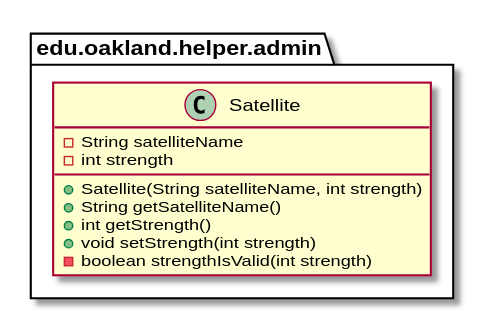
This is docs/uml-class-diagrams/admin/helper/Satellite/Satellite.svg from andrewdimmer/csi-3370-software-project, a PlantUML export, as it was before one commit. Its diagram source:
```plantuml
@startuml Satellite

package edu.oakland.helper.admin {
    class Satellite {
        - String satelliteName
        - int strength
        + Satellite(String satelliteName, int strength)
        + String getSatelliteName()
        + int getStrength()
        + void setStrength(int strength)
        - boolean strengthIsValid(int strength)
    }
}

@enduml
```
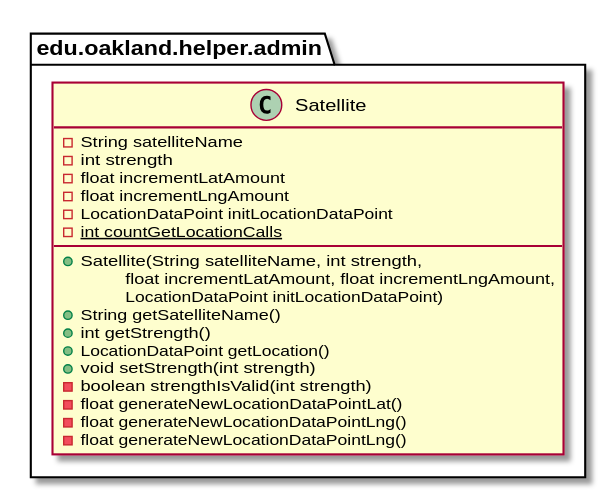
After the commit.

What changed in the source:
```diff
@@ -4,11 +4,22 @@
     class Satellite {
         - String satelliteName
         - int strength
-        + Satellite(String satelliteName, int strength)
+        - float incrementLatAmount
+        - float incrementLngAmount
+        - LocationDataPoint initLocationDataPoint
+        {static} - int countGetLocationCalls
+        __
+        + Satellite(String satelliteName, int strength,
+        \tfloat incrementLatAmount, float incrementLngAmount,
+        \tLocationDataPoint initLocationDataPoint)
         + String getSatelliteName()
         + int getStrength()
+        + LocationDataPoint getLocation()
         + void setStrength(int strength)
         - boolean strengthIsValid(int strength)
+        - float generateNewLocationDataPointLat()
+        - float generateNewLocationDataPointLng()
+        - float generateNewLocationDataPointLng()
     }
 }
 
```
